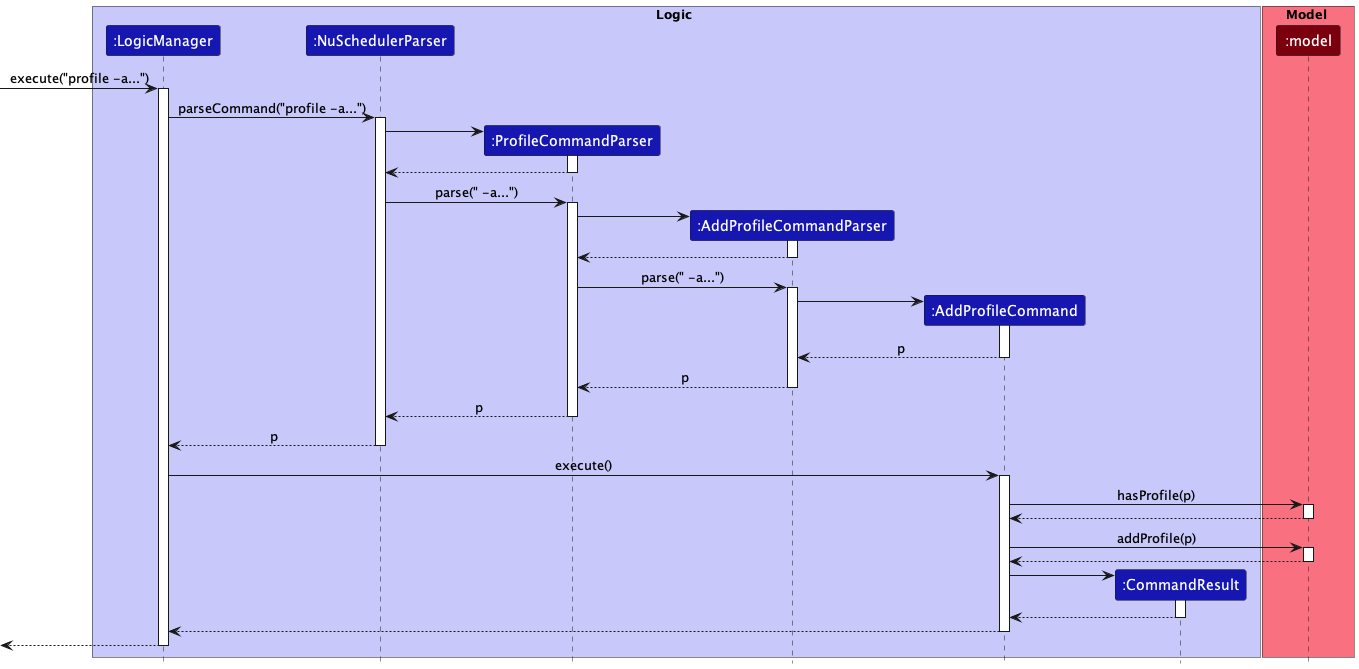
Before: docs/images/commands/AddProfileCommandSequenceDiagram.png, a diagram exported from PlantUML (nus-cs2103-AY2223S1/tp). Its diagram source:
```plantuml
@startuml
!include ../style.puml

box Logic LOGIC_COLOR_T1
Participant ":LogicManager" as logicManager LOGIC_COLOR_T3
Participant ":NuSchedulerParser" as nuSchedulerParser LOGIC_COLOR_T3
Participant ":ProfileCommandParser" as profileCommandParser LOGIC_COLOR_T3
Participant ":AddProfileCommandParser" as addProfileCommandParser LOGIC_COLOR_T3
Participant ":AddProfileCommand" as addProfileCommand LOGIC_COLOR_T3
Participant ":CommandResult" as commandResult LOGIC_COLOR_T3
endBox

box Model MODEL_COLOR_T1
Participant ":model" as model MODEL_COLOR_T3
endBox

-> logicManager ++: execute("profile -a...")
logicManager -> nuSchedulerParser ++: parseCommand("profile -a...")

create profileCommandParser
nuSchedulerParser -> profileCommandParser ++
return
nuSchedulerParser -> profileCommandParser ++: parse(" -a...")

create addProfileCommandParser
profileCommandParser -> addProfileCommandParser ++
return
profileCommandParser -> addProfileCommandParser ++: parse(" -a...")

create addProfileCommand
addProfileCommandParser -> addProfileCommand ++
return p
return p
return p
return p

logicManager -> addProfileCommand ++: execute()
addProfileCommand -> model ++: hasProfile(p)
return
addProfileCommand -> model ++: addProfile(p)
return

create commandResult
addProfileCommand -> commandResult++
return
return
return

@enduml
```
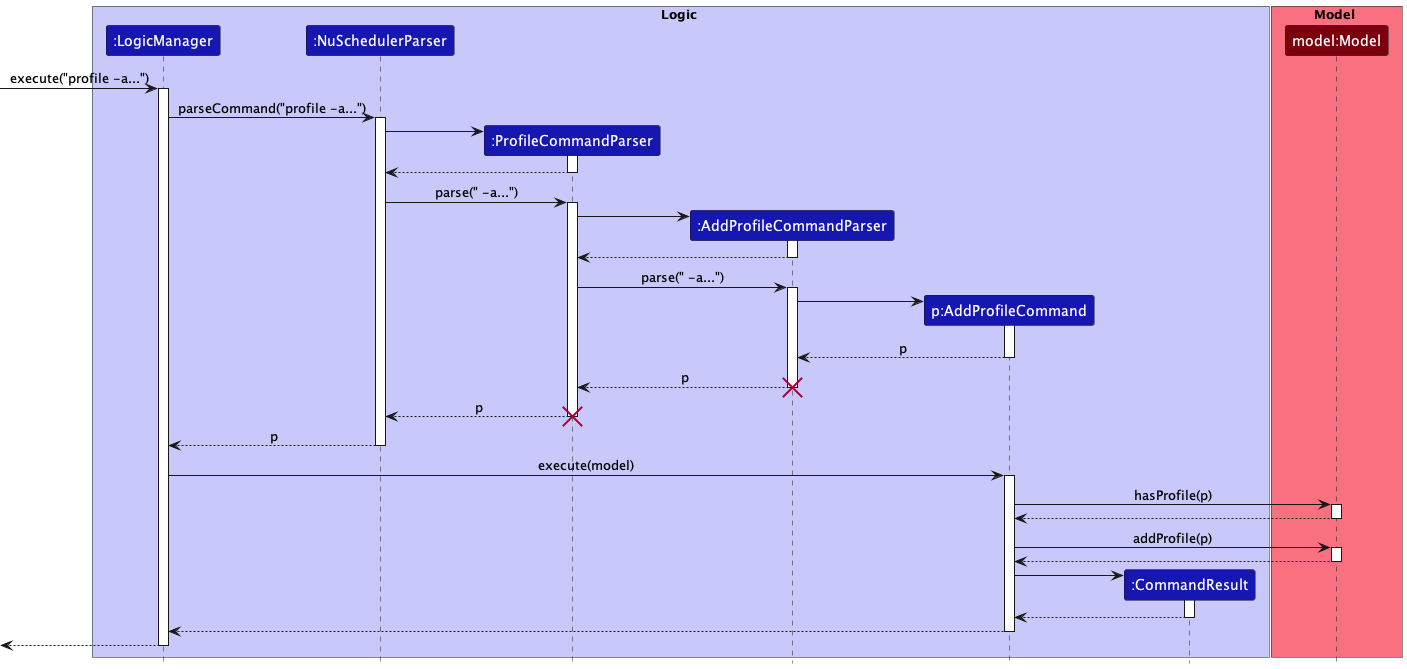
Above is the later version.

Commit message:
Update activity and sequence diagrams

What changed in the source:
```diff
@@ -6,12 +6,12 @@
 Participant ":NuSchedulerParser" as nuSchedulerParser LOGIC_COLOR_T3
 Participant ":ProfileCommandParser" as profileCommandParser LOGIC_COLOR_T3
 Participant ":AddProfileCommandParser" as addProfileCommandParser LOGIC_COLOR_T3
-Participant ":AddProfileCommand" as addProfileCommand LOGIC_COLOR_T3
+Participant "p:AddProfileCommand" as addProfileCommand LOGIC_COLOR_T3
 Participant ":CommandResult" as commandResult LOGIC_COLOR_T3
 endBox
 
 box Model MODEL_COLOR_T1
-Participant ":model" as model MODEL_COLOR_T3
+Participant "model:Model" as model MODEL_COLOR_T3
 endBox
 
 -> logicManager ++: execute("profile -a...")
@@ -31,10 +31,12 @@
 addProfileCommandParser -> addProfileCommand ++
 return p
 return p
+destroy addProfileCommandParser
 return p
+destroy profileCommandParser
 return p
 
-logicManager -> addProfileCommand ++: execute()
+logicManager -> addProfileCommand ++: execute(model)
 addProfileCommand -> model ++: hasProfile(p)
 return
 addProfileCommand -> model ++: addProfile(p)
```
